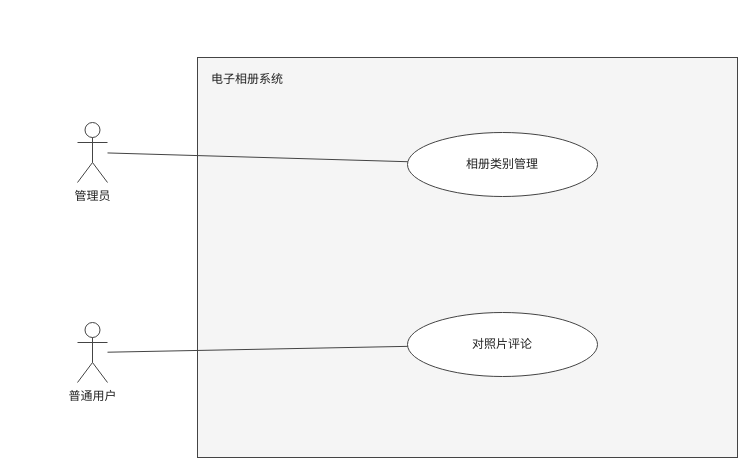
Before: docs/交付/4-类别与评论-陈诺/images/类别与评论模块用例图.drawio in chennuo1101/electronic-photo-album-system1, a draw.io diagram. Source tidied: cells renumbered, new cells numbered last; positions are measured from the earlier drawing's top-left corner, leaving out a move shared by most shapes. Both pictures are drawn from the tidied source at 100%, with x=0, y=0 at pixel (77, 57).
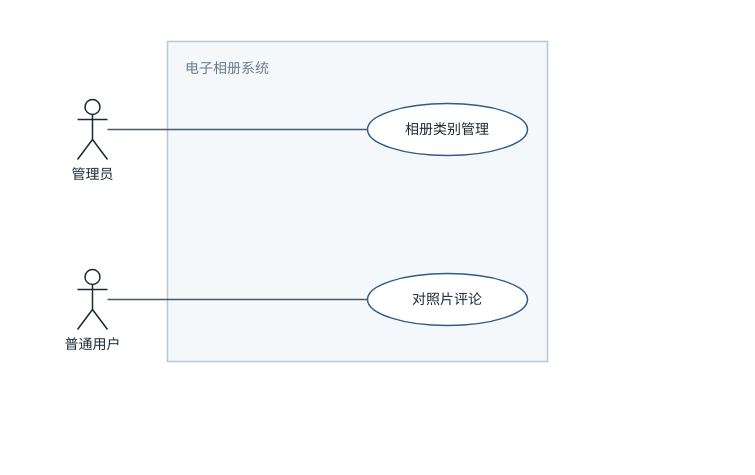
After the change.

What changed in the source:
```diff
@@
 <mxGraphModel>
   <root>
     <mxCell id="0" />
     <mxCell id="1" parent="0" />
+    <mxCell id="9" style="rounded=0;whiteSpace=wrap;html=1;fillColor=#FFFFFF;strokeColor=none;" parent="1" vertex="1">
+      <mxGeometry x="-60" y="-40" width="554" height="368" as="geometry" />
+    </mxCell>
-    <mxCell id="2" value="电子相册系统" style="rounded=0;whiteSpace=wrap;html=1;fillColor=#F5F5F5;strokeColor=#444444;verticalAlign=top;align=left;spacingLeft=12;spacingTop=8;fontFamily=Microsoft YaHei;fontSize=12;fontColor=#222222;" parent="1" vertex="1">
-      <mxGeometry x="120" width="540" height="400" as="geometry" />
+    <mxCell id="2" value="电子相册系统" style="rounded=0;whiteSpace=wrap;html=1;fillColor=#F5F8FB;strokeColor=#B7C7D6;strokeWidth=1.5;align=left;verticalAlign=top;spacingLeft=16;spacingTop=12;fontFamily=Microsoft YaHei;fontSize=14;fontColor=#6B7C8C;" parent="1" vertex="1">
+      <mxGeometry x="90" y="-16" width="380" height="320" as="geometry" />
     </mxCell>
+    <mxCell id="10" value="相册类别管理" style="ellipse;whiteSpace=wrap;html=1;fillColor=#FFFFFF;strokeColor=#2F5D8A;strokeWidth=1.5;fontFamily=Microsoft YaHei;fontSize=14;fontColor=#1F2A35;" parent="1" vertex="1">
+      <mxGeometry x="290" y="46" width="160" height="52" as="geometry" />
+    </mxCell>
+    <mxCell id="5" value="对照片评论" style="ellipse;whiteSpace=wrap;html=1;fillColor=#FFFFFF;strokeColor=#2F5D8A;strokeWidth=1.5;fontFamily=Microsoft YaHei;fontSize=14;fontColor=#1F2A35;" parent="1" vertex="1">
+      <mxGeometry x="290" y="216" width="160" height="52" as="geometry" />
+    </mxCell>
-    <mxCell id="3" value="管理员" style="shape=umlActor;verticalLabelPosition=bottom;verticalAlign=top;html=1;fillColor=#FFFFFF;strokeColor=#444444;fontFamily=Microsoft YaHei;fontSize=12;fontColor=#222222;" parent="1" vertex="1">
-      <mxGeometry y="65" width="30" height="60" as="geometry" />
+    <mxCell id="3" value="管理员" style="shape=umlActor;verticalLabelPosition=bottom;verticalAlign=top;html=1;fillColor=#FFFFFF;strokeColor=#1F2A35;strokeWidth=1.5;fontFamily=Microsoft YaHei;fontSize=14;fontColor=#1F2A35;" parent="1" vertex="1">
+      <mxGeometry y="42" width="30" height="60" as="geometry" />
     </mxCell>
+    <mxCell id="11" style="html=1;rounded=0;strokeColor=#4A5A6A;strokeWidth=1.5;startArrow=none;endArrow=none;" parent="1" edge="1">
+      <mxGeometry relative="1" as="geometry">
+        <mxPoint x="30" y="72" as="sourcePoint" />
+        <mxPoint x="290" y="72" as="targetPoint" />
+      </mxGeometry>
+    </mxCell>
-    <mxCell id="4" value="普通用户" style="shape=umlActor;verticalLabelPosition=bottom;verticalAlign=top;html=1;fillColor=#FFFFFF;strokeColor=#444444;fontFamily=Microsoft YaHei;fontSize=12;fontColor=#222222;" parent="1" vertex="1">
-      <mxGeometry y="265" width="30" height="60" as="geometry" />
+    <mxCell id="4" value="普通用户" style="shape=umlActor;verticalLabelPosition=bottom;verticalAlign=top;html=1;fillColor=#FFFFFF;strokeColor=#1F2A35;strokeWidth=1.5;fontFamily=Microsoft YaHei;fontSize=14;fontColor=#1F2A35;" parent="1" vertex="1">
+      <mxGeometry y="212" width="30" height="60" as="geometry" />
     </mxCell>
-    <mxCell id="5" value="相册类别管理" style="ellipse;whiteSpace=wrap;html=1;fillColor=#FFFFFF;strokeColor=#444444;fontFamily=Microsoft YaHei;fontSize=12;fontColor=#222222;" parent="1" vertex="1">
-      <mxGeometry x="330" y="75" width="190" height="64" as="geometry" />
-    </mxCell>
-    <mxCell id="6" value="对照片评论" style="ellipse;whiteSpace=wrap;html=1;fillColor=#FFFFFF;strokeColor=#444444;fontFamily=Microsoft YaHei;fontSize=12;fontColor=#222222;" parent="1" vertex="1">
-      <mxGeometry x="330" y="255" width="190" height="64" as="geometry" />
-    </mxCell>
-    <mxCell id="7" style="html=1;strokeColor=#444444;strokeWidth=1;startArrow=none;endArrow=none;" parent="1" edge="1" source="3" target="5">
-      <mxGeometry relative="1" as="geometry" />
-    </mxCell>
-    <mxCell id="8" style="html=1;strokeColor=#444444;strokeWidth=1;startArrow=none;endArrow=none;" parent="1" edge="1" source="4" target="6">
-      <mxGeometry relative="1" as="geometry" />
-    </mxCell>
+    <mxCell id="12" style="html=1;rounded=0;strokeColor=#4A5A6A;strokeWidth=1.5;startArrow=none;endArrow=none;" parent="1" edge="1">
+      <mxGeometry relative="1" as="geometry">
+        <mxPoint x="30" y="242" as="sourcePoint" />
+        <mxPoint x="290" y="242" as="targetPoint" />
+      </mxGeometry>
+    </mxCell>
   </root>
 </mxGraphModel>
```
